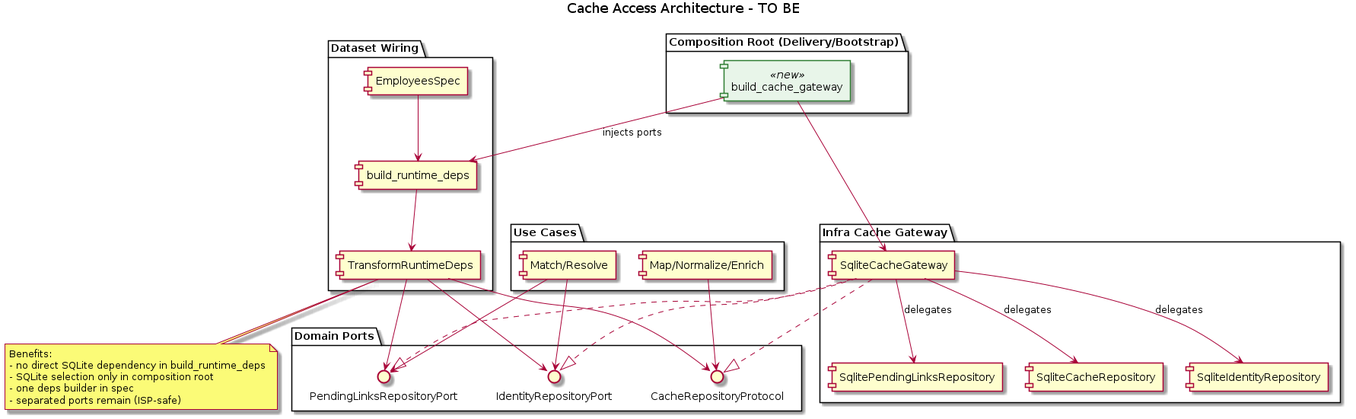
The PlantUML diagram docs/uml/cache/cache_to_be_components.png in xORex-LC/nexus-etl, before a commit. Its source is kept beside it as docs/uml/cache/cache_to_be_components.puml.
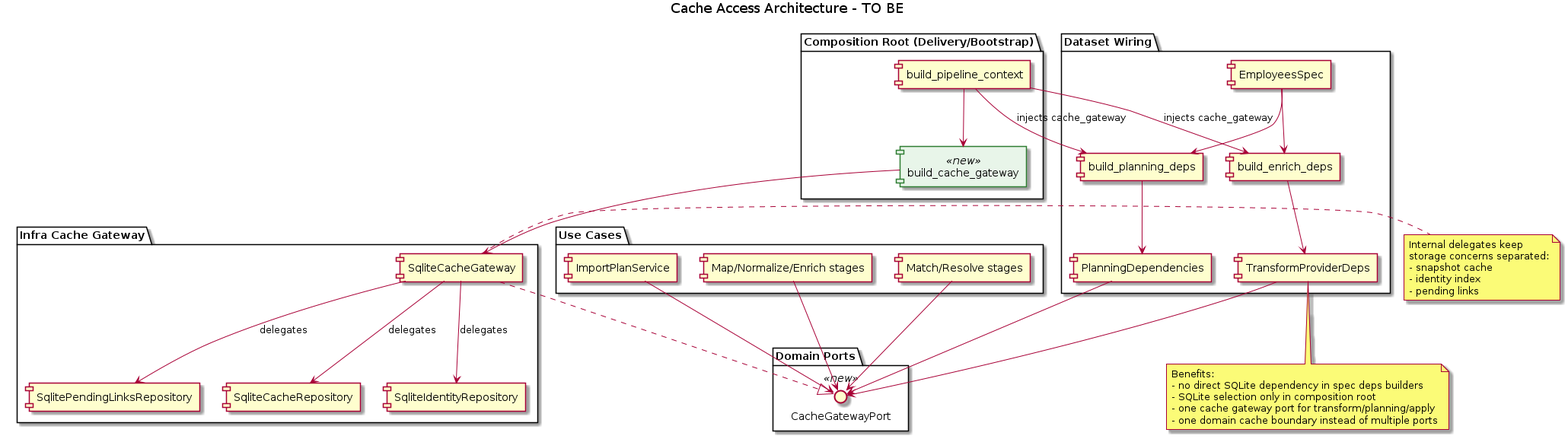
After the commit.

Commit message:
Update stage engine plan and cache UML for gateway architecture

Change to the diagram source:
```diff
@@ -10,18 +10,19 @@
 
 package "Dataset Wiring" {
   [EmployeesSpec] as EmployeesSpec
-  [build_runtime_deps] as BuildRuntimeDeps
-  [TransformRuntimeDeps] as RuntimeDeps
+  [build_enrich_deps] as BuildEnrichDeps
+  [build_planning_deps] as BuildPlanningDeps
+  [TransformProviderDeps] as TransformDeps
+  [PlanningDependencies] as PlanningDeps
 }
 
 package "Composition Root (Delivery/Bootstrap)" {
   [build_cache_gateway] <<new>> as BuildCacheGateway
+  [build_pipeline_context] as BuildPipelineContext
 }
 
 package "Domain Ports" {
-  interface "CacheRepositoryProtocol" as CacheRepoPort
-  interface "IdentityRepositoryPort" as IdentityRepoPort
-  interface "PendingLinksRepositoryPort" as PendingRepoPort
+  interface "CacheGatewayPort" <<new>> as CacheGatewayPort
 }
 
 package "Infra Cache Gateway" {
@@ -32,36 +33,46 @@
 }
 
 package "Use Cases" {
-  [Map/Normalize/Enrich] as TransformStages
-  [Match/Resolve] as PlanningStages
+  [Map/Normalize/Enrich stages] as TransformStages
+  [Match/Resolve stages] as PlanningStages
+  [ImportPlanService] as ImportPlanService
 }
 
-EmployeesSpec --> BuildRuntimeDeps
-BuildRuntimeDeps --> RuntimeDeps
+EmployeesSpec --> BuildEnrichDeps
+EmployeesSpec --> BuildPlanningDeps
+BuildEnrichDeps --> TransformDeps
+BuildPlanningDeps --> PlanningDeps
 BuildCacheGateway --> SqliteGateway
-BuildCacheGateway --> BuildRuntimeDeps : injects ports
+BuildPipelineContext --> BuildCacheGateway
+BuildPipelineContext --> BuildEnrichDeps : injects cache_gateway
+BuildPipelineContext --> BuildPlanningDeps : injects cache_gateway
 
-SqliteGateway ..|> CacheRepoPort
-SqliteGateway ..|> IdentityRepoPort
-SqliteGateway ..|> PendingRepoPort
+SqliteGateway ..|> CacheGatewayPort
 SqliteGateway --> SqliteCacheRepo : delegates
 SqliteGateway --> SqliteIdentityRepo : delegates
 SqliteGateway --> SqlitePendingRepo : delegates
 
-RuntimeDeps --> CacheRepoPort
-RuntimeDeps --> IdentityRepoPort
-RuntimeDeps --> PendingRepoPort
+TransformDeps --> CacheGatewayPort
+PlanningDeps --> CacheGatewayPort
 
-TransformStages --> CacheRepoPort
-PlanningStages --> IdentityRepoPort
-PlanningStages --> PendingRepoPort
+TransformStages --> CacheGatewayPort
+PlanningStages --> CacheGatewayPort
+ImportPlanService --> CacheGatewayPort
 
-note bottom of RuntimeDeps
+note bottom of TransformDeps
 Benefits:
-- no direct SQLite dependency in build_runtime_deps
+- no direct SQLite dependency in spec deps builders
 - SQLite selection only in composition root
-- one deps builder in spec
-- separated ports remain (ISP-safe)
+- one cache gateway port for transform/planning/apply
+- one domain cache boundary instead of multiple ports
+end note
+
+note right of SqliteGateway
+Internal delegates keep
+storage concerns separated:
+- snapshot cache
+- identity index
+- pending links
 end note
 
 @enduml
```
